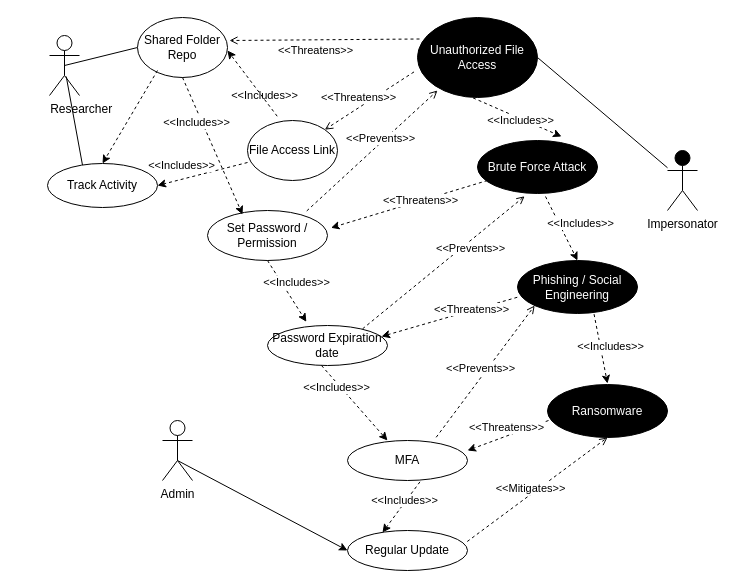
Earlier version of the draw.io diagram Use-Misuse Case Diagram/File Sharing Use-Misuse Case.drawio (gprasanthi9/Debug-Squad-Seafile). Source tidied: cells renumbered, new cells numbered last; positions are measured from the earlier drawing's top-left corner, leaving out a move shared by most shapes. Both pictures are drawn from the tidied source at 100%, with x=0, y=0 at pixel (47, 17).
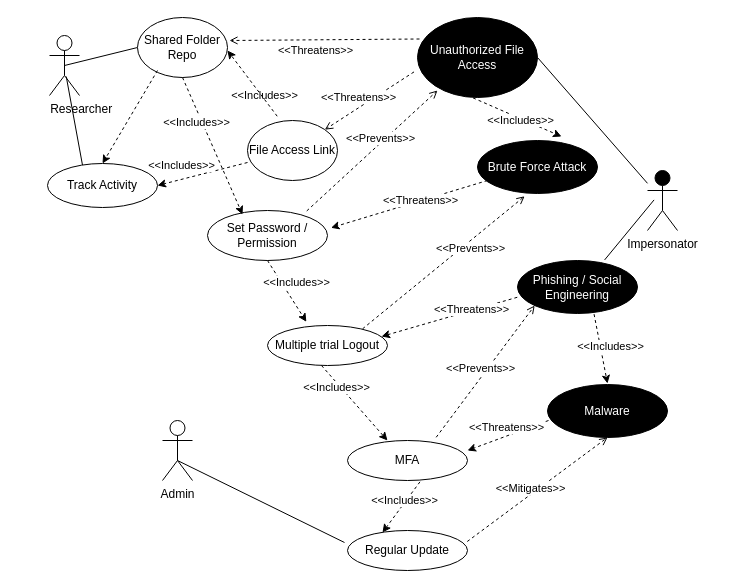
After the change.

Commit message (it also covers changes not shown here):
created assurance case diagram for file sharing and update misuse case diagram

Unchanged cells that the change refers to:
```xml
<mxCell id="6" value="Regular Update" style="ellipse;whiteSpace=wrap;html=1;fillColor=#FFFFFF;" parent="1" vertex="1">
  <mxGeometry x="300" y="513" width="120" height="40" as="geometry" />
</mxCell>
<mxCell id="21" value="Phishing / Social Engineering" style="ellipse;whiteSpace=wrap;html=1;fillColor=#000000;fontColor=#FFFFFF;" parent="1" vertex="1">
  <mxGeometry x="470" y="243" width="120" height="53" as="geometry" />
</mxCell>
```

Diff of the diagram source:
```diff
@@
     <mxCell id="8" value="Impersonator" style="shape=umlActor;verticalLabelPosition=bottom;verticalAlign=top;html=1;outlineConnect=0;fillColor=#000000;" parent="1" vertex="1">
-      <mxGeometry x="620" y="133" width="30" height="60" as="geometry" />
+      <mxGeometry x="600" y="153" width="30" height="60" as="geometry" />
     </mxCell>
@@
-    <mxCell id="34" style="endArrow=classic;html=1;rounded=0;entryX=0.5;entryY=0;entryDx=0;entryDy=0;exitX=0.417;exitY=0.975;exitDx=0;exitDy=0;exitPerimeter=0;dashed=1;" parent="1" edge="1" target="21">
-      <mxGeometry relative="1" as="geometry">
-        <mxPoint x="498" y="179" as="sourcePoint" />
-      </mxGeometry>
-    </mxCell>
-    <mxCell id="35" value="&amp;lt;&amp;lt;Includes&amp;gt;&amp;gt;" style="edgeLabel;html=1;align=center;verticalAlign=middle;" parent="1" vertex="1">
-      <mxGeometry x="550" y="206" as="geometry">
-        <mxPoint x="-18" y="-1" as="offset" />
-      </mxGeometry>
-    </mxCell>
@@
-    <mxCell id="39" value="Password Expiration date" style="ellipse;whiteSpace=wrap;html=1;fillColor=#FFFFFF;" parent="1" vertex="1">
+    <mxCell id="39" value="Multiple trial Logout" style="ellipse;whiteSpace=wrap;html=1;fillColor=#FFFFFF;" parent="1" vertex="1">
       <mxGeometry x="220" y="308" width="120" height="40" as="geometry" />
     </mxCell>
@@
-    <mxCell id="42" value="Ransomware" style="ellipse;whiteSpace=wrap;html=1;fillColor=#000000;fontColor=#FFFFFF;" parent="1" vertex="1">
+    <mxCell id="42" value="Malware" style="ellipse;whiteSpace=wrap;html=1;fillColor=#000000;fontColor=#FFFFFF;" parent="1" vertex="1">
       <mxGeometry x="500" y="367" width="120" height="53" as="geometry" />
     </mxCell>
@@
-    <mxCell id="49" style="endArrow=classic;html=1;rounded=0;entryX=0;entryY=0.5;entryDx=0;entryDy=0;" parent="1" edge="1" target="6">
-      <mxGeometry relative="1" as="geometry">
-        <mxPoint x="130" y="443" as="sourcePoint" />
-      </mxGeometry>
-    </mxCell>
@@
+    <mxCell id="57" style="endArrow=none;html=1;rounded=0;exitX=0.726;exitY=-0.011;exitDx=0;exitDy=0;exitPerimeter=0;entryX=0.219;entryY=0.49;entryDx=0;entryDy=0;entryPerimeter=0;" parent="1" edge="1" source="21" target="8">
+      <mxGeometry relative="1" as="geometry" />
+    </mxCell>
+    <mxCell id="58" style="endArrow=none;html=1;rounded=0;entryX=-0.025;entryY=0.3;entryDx=0;entryDy=0;entryPerimeter=0;" parent="1" edge="1" target="6">
+      <mxGeometry relative="1" as="geometry">
+        <mxPoint x="130" y="443" as="sourcePoint" />
+      </mxGeometry>
+    </mxCell>
```
